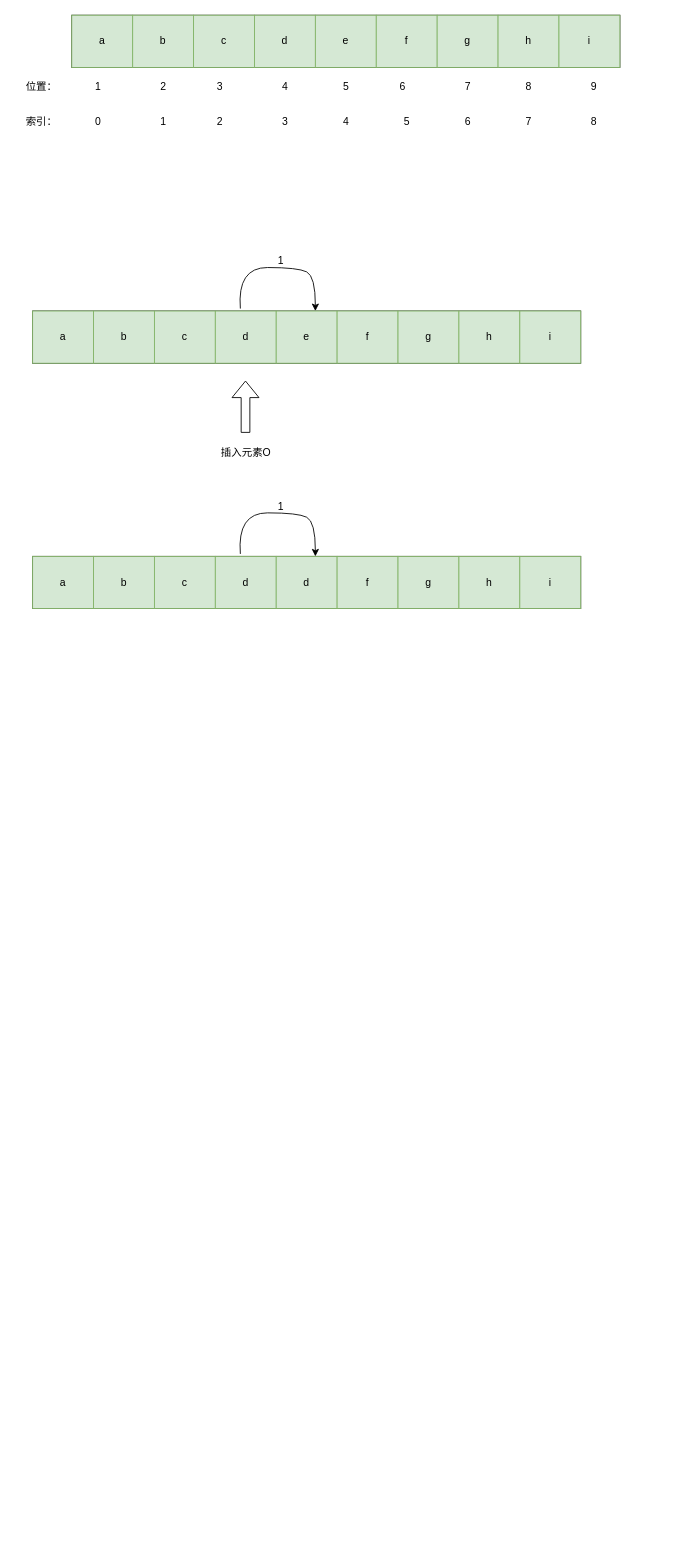
This is list/顺序表.drawio from qianxiaolin/draw.io, a draw.io file, before an edit. Source tidied: cells renumbered, new cells numbered last; positions are measured from the earlier drawing's top-left corner, leaving out a move shared by most shapes. Both pictures are drawn from the tidied source at 87%, with x=0, y=0 at pixel (15, 15).
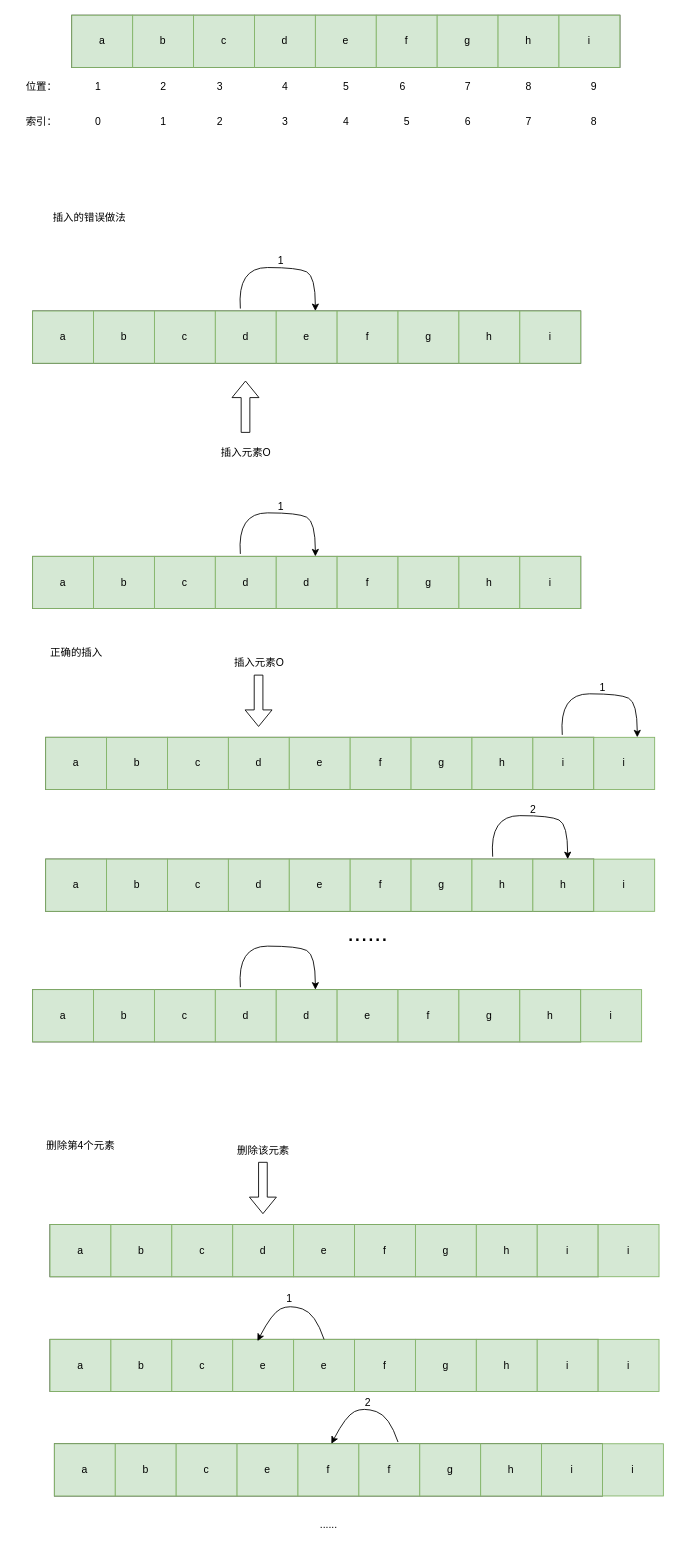
Above is the later version.

Commit message (it also covers changes not shown here):
更新顺序表.drawio

Change to the diagram source:
```diff
@@
+    <mxCell id="58" value="插入的错误做法" style="text;html=1;align=center;verticalAlign=middle;strokeColor=none;fillColor=none;" parent="1" vertex="1">
+      <mxGeometry x="30" y="218" width="110" height="30" as="geometry" />
+    </mxCell>
+    <mxCell id="59" value="&lt;div&gt;正确的插入&lt;/div&gt;&lt;div&gt;&lt;br&gt;&lt;/div&gt;" style="text;html=1;align=center;verticalAlign=middle;strokeColor=none;fillColor=none;" parent="1" vertex="1">
+      <mxGeometry x="30" y="720" width="80" height="40" as="geometry" />
+    </mxCell>
+    <mxCell id="60" style="rounded=0;whiteSpace=wrap;html=1;" parent="1" vertex="1">
+      <mxGeometry x="35" y="830" width="630" height="60" as="geometry" />
+    </mxCell>
+    <mxCell id="61" value="a" style="rounded=0;whiteSpace=wrap;html=1;fillColor=#d5e8d4;strokeColor=#82b366;" parent="1" vertex="1">
+      <mxGeometry x="35" y="830" width="70" height="60" as="geometry" />
+    </mxCell>
+    <mxCell id="62" value="b" style="rounded=0;whiteSpace=wrap;html=1;fillColor=#d5e8d4;strokeColor=#82b366;" parent="1" vertex="1">
+      <mxGeometry x="105" y="830" width="70" height="60" as="geometry" />
+    </mxCell>
+    <mxCell id="63" value="c" style="rounded=0;whiteSpace=wrap;html=1;fillColor=#d5e8d4;strokeColor=#82b366;" parent="1" vertex="1">
+      <mxGeometry x="175" y="830" width="70" height="60" as="geometry" />
+    </mxCell>
+    <mxCell id="64" value="d" style="rounded=0;whiteSpace=wrap;html=1;fillColor=#d5e8d4;strokeColor=#82b366;" parent="1" vertex="1">
+      <mxGeometry x="245" y="830" width="70" height="60" as="geometry" />
+    </mxCell>
+    <mxCell id="65" value="e" style="rounded=0;whiteSpace=wrap;html=1;fillColor=#d5e8d4;strokeColor=#82b366;" parent="1" vertex="1">
+      <mxGeometry x="315" y="830" width="70" height="60" as="geometry" />
+    </mxCell>
+    <mxCell id="66" value="f" style="rounded=0;whiteSpace=wrap;html=1;fillColor=#d5e8d4;strokeColor=#82b366;" parent="1" vertex="1">
+      <mxGeometry x="385" y="830" width="70" height="60" as="geometry" />
+    </mxCell>
+    <mxCell id="67" value="g" style="rounded=0;whiteSpace=wrap;html=1;fillColor=#d5e8d4;strokeColor=#82b366;" parent="1" vertex="1">
+      <mxGeometry x="455" y="830" width="70" height="60" as="geometry" />
+    </mxCell>
+    <mxCell id="68" value="h" style="rounded=0;whiteSpace=wrap;html=1;fillColor=#d5e8d4;strokeColor=#82b366;" parent="1" vertex="1">
+      <mxGeometry x="525" y="830" width="70" height="60" as="geometry" />
+    </mxCell>
+    <mxCell id="69" value="i" style="rounded=0;whiteSpace=wrap;html=1;fillColor=#d5e8d4;strokeColor=#82b366;" parent="1" vertex="1">
+      <mxGeometry x="595" y="830" width="70" height="60" as="geometry" />
+    </mxCell>
+    <mxCell id="70" style="shape=flexArrow;endArrow=classic;html=1;rounded=0;" parent="1" edge="1">
+      <mxGeometry relative="1" as="geometry">
+        <mxPoint x="279.7" y="758" as="sourcePoint" />
+        <mxPoint x="279.7" y="818" as="targetPoint" />
+      </mxGeometry>
+    </mxCell>
+    <mxCell id="71" value="插入元素O" style="text;html=1;align=center;verticalAlign=middle;strokeColor=none;fillColor=none;" parent="1" vertex="1">
+      <mxGeometry x="240" y="730" width="80" height="30" as="geometry" />
+    </mxCell>
+    <mxCell id="72" style="curved=1;endArrow=classic;html=1;rounded=0;entryX=0.557;entryY=-0.038;entryDx=0;entryDy=0;entryPerimeter=0;exitX=0.411;exitY=-0.047;exitDx=0;exitDy=0;exitPerimeter=0;" parent="1" edge="1">
+      <mxGeometry relative="1" as="geometry">
+        <mxPoint x="628.8" y="827.2" as="sourcePoint" />
+        <mxPoint x="715" y="830" as="targetPoint" />
+        <Array as="points">
+          <mxPoint x="625" y="780" />
+          <mxPoint x="695" y="780" />
+          <mxPoint x="715" y="790" />
+        </Array>
+      </mxGeometry>
+    </mxCell>
+    <mxCell id="73" value="i" style="rounded=0;whiteSpace=wrap;html=1;fillColor=#d5e8d4;strokeColor=#82b366;" parent="1" vertex="1">
+      <mxGeometry x="665" y="830" width="70" height="60" as="geometry" />
+    </mxCell>
+    <mxCell id="74" value="1" style="text;html=1;align=center;verticalAlign=middle;strokeColor=none;fillColor=none;" parent="1" vertex="1">
+      <mxGeometry x="660" y="758" width="30" height="30" as="geometry" />
+    </mxCell>
+    <mxCell id="75" style="rounded=0;whiteSpace=wrap;html=1;" parent="1" vertex="1">
+      <mxGeometry x="35" y="970" width="630" height="60" as="geometry" />
+    </mxCell>
+    <mxCell id="76" value="a" style="rounded=0;whiteSpace=wrap;html=1;fillColor=#d5e8d4;strokeColor=#82b366;" parent="1" vertex="1">
+      <mxGeometry x="35" y="970" width="70" height="60" as="geometry" />
+    </mxCell>
+    <mxCell id="77" value="b" style="rounded=0;whiteSpace=wrap;html=1;fillColor=#d5e8d4;strokeColor=#82b366;" parent="1" vertex="1">
+      <mxGeometry x="105" y="970" width="70" height="60" as="geometry" />
+    </mxCell>
+    <mxCell id="78" value="c" style="rounded=0;whiteSpace=wrap;html=1;fillColor=#d5e8d4;strokeColor=#82b366;" parent="1" vertex="1">
+      <mxGeometry x="175" y="970" width="70" height="60" as="geometry" />
+    </mxCell>
+    <mxCell id="79" value="d" style="rounded=0;whiteSpace=wrap;html=1;fillColor=#d5e8d4;strokeColor=#82b366;" parent="1" vertex="1">
+      <mxGeometry x="245" y="970" width="70" height="60" as="geometry" />
+    </mxCell>
+    <mxCell id="80" value="e" style="rounded=0;whiteSpace=wrap;html=1;fillColor=#d5e8d4;strokeColor=#82b366;" parent="1" vertex="1">
+      <mxGeometry x="315" y="970" width="70" height="60" as="geometry" />
+    </mxCell>
+    <mxCell id="81" value="f" style="rounded=0;whiteSpace=wrap;html=1;fillColor=#d5e8d4;strokeColor=#82b366;" parent="1" vertex="1">
+      <mxGeometry x="385" y="970" width="70" height="60" as="geometry" />
+    </mxCell>
+    <mxCell id="82" value="g" style="rounded=0;whiteSpace=wrap;html=1;fillColor=#d5e8d4;strokeColor=#82b366;" parent="1" vertex="1">
+      <mxGeometry x="455" y="970" width="70" height="60" as="geometry" />
+    </mxCell>
+    <mxCell id="83" value="h" style="rounded=0;whiteSpace=wrap;html=1;fillColor=#d5e8d4;strokeColor=#82b366;" parent="1" vertex="1">
+      <mxGeometry x="525" y="970" width="70" height="60" as="geometry" />
+    </mxCell>
+    <mxCell id="84" value="h" style="rounded=0;whiteSpace=wrap;html=1;fillColor=#d5e8d4;strokeColor=#82b366;" parent="1" vertex="1">
+      <mxGeometry x="595" y="970" width="70" height="60" as="geometry" />
+    </mxCell>
+    <mxCell id="85" style="curved=1;endArrow=classic;html=1;rounded=0;entryX=0.557;entryY=-0.038;entryDx=0;entryDy=0;entryPerimeter=0;exitX=0.411;exitY=-0.047;exitDx=0;exitDy=0;exitPerimeter=0;" parent="1" edge="1">
+      <mxGeometry relative="1" as="geometry">
+        <mxPoint x="548.8" y="967.2" as="sourcePoint" />
+        <mxPoint x="635" y="970" as="targetPoint" />
+        <Array as="points">
+          <mxPoint x="545" y="920" />
+          <mxPoint x="615" y="920" />
+          <mxPoint x="635" y="930" />
+        </Array>
+      </mxGeometry>
+    </mxCell>
+    <mxCell id="86" value="i" style="rounded=0;whiteSpace=wrap;html=1;fillColor=#d5e8d4;strokeColor=#82b366;" parent="1" vertex="1">
+      <mxGeometry x="665" y="970" width="70" height="60" as="geometry" />
+    </mxCell>
+    <mxCell id="87" value="2" style="text;html=1;align=center;verticalAlign=middle;strokeColor=none;fillColor=none;" parent="1" vertex="1">
+      <mxGeometry x="580" y="898" width="30" height="30" as="geometry" />
+    </mxCell>
+    <mxCell id="88" style="rounded=0;whiteSpace=wrap;html=1;" parent="1" vertex="1">
+      <mxGeometry x="20" y="1120" width="630" height="60" as="geometry" />
+    </mxCell>
+    <mxCell id="89" value="a" style="rounded=0;whiteSpace=wrap;html=1;fillColor=#d5e8d4;strokeColor=#82b366;" parent="1" vertex="1">
+      <mxGeometry x="20" y="1120" width="70" height="60" as="geometry" />
+    </mxCell>
+    <mxCell id="90" value="b" style="rounded=0;whiteSpace=wrap;html=1;fillColor=#d5e8d4;strokeColor=#82b366;" parent="1" vertex="1">
+      <mxGeometry x="90" y="1120" width="70" height="60" as="geometry" />
+    </mxCell>
+    <mxCell id="91" value="c" style="rounded=0;whiteSpace=wrap;html=1;fillColor=#d5e8d4;strokeColor=#82b366;" parent="1" vertex="1">
+      <mxGeometry x="160" y="1120" width="70" height="60" as="geometry" />
+    </mxCell>
+    <mxCell id="92" value="d" style="rounded=0;whiteSpace=wrap;html=1;fillColor=#d5e8d4;strokeColor=#82b366;" parent="1" vertex="1">
+      <mxGeometry x="230" y="1120" width="70" height="60" as="geometry" />
+    </mxCell>
+    <mxCell id="93" value="d" style="rounded=0;whiteSpace=wrap;html=1;fillColor=#d5e8d4;strokeColor=#82b366;" parent="1" vertex="1">
+      <mxGeometry x="300" y="1120" width="70" height="60" as="geometry" />
+    </mxCell>
+    <mxCell id="94" value="e" style="rounded=0;whiteSpace=wrap;html=1;fillColor=#d5e8d4;strokeColor=#82b366;" parent="1" vertex="1">
+      <mxGeometry x="370" y="1120" width="70" height="60" as="geometry" />
+    </mxCell>
+    <mxCell id="95" value="f" style="rounded=0;whiteSpace=wrap;html=1;fillColor=#d5e8d4;strokeColor=#82b366;" parent="1" vertex="1">
+      <mxGeometry x="440" y="1120" width="70" height="60" as="geometry" />
+    </mxCell>
+    <mxCell id="96" value="g" style="rounded=0;whiteSpace=wrap;html=1;fillColor=#d5e8d4;strokeColor=#82b366;" parent="1" vertex="1">
+      <mxGeometry x="510" y="1120" width="70" height="60" as="geometry" />
+    </mxCell>
+    <mxCell id="97" value="h" style="rounded=0;whiteSpace=wrap;html=1;fillColor=#d5e8d4;strokeColor=#82b366;" parent="1" vertex="1">
+      <mxGeometry x="580" y="1120" width="70" height="60" as="geometry" />
+    </mxCell>
+    <mxCell id="98" style="curved=1;endArrow=classic;html=1;rounded=0;entryX=0.557;entryY=-0.038;entryDx=0;entryDy=0;entryPerimeter=0;exitX=0.411;exitY=-0.047;exitDx=0;exitDy=0;exitPerimeter=0;" parent="1" edge="1">
+      <mxGeometry relative="1" as="geometry">
+        <mxPoint x="258.8" y="1117.2" as="sourcePoint" />
+        <mxPoint x="345" y="1120" as="targetPoint" />
+        <Array as="points">
+          <mxPoint x="255" y="1070" />
+          <mxPoint x="325" y="1070" />
+          <mxPoint x="345" y="1080" />
+        </Array>
+      </mxGeometry>
+    </mxCell>
+    <mxCell id="99" value="i" style="rounded=0;whiteSpace=wrap;html=1;fillColor=#d5e8d4;strokeColor=#82b366;" parent="1" vertex="1">
+      <mxGeometry x="650" y="1120" width="70" height="60" as="geometry" />
+    </mxCell>
+    <mxCell id="100" value="&lt;font style=&quot;font-size: 28px;&quot;&gt;......&lt;/font&gt;" style="text;html=1;align=center;verticalAlign=middle;strokeColor=none;fillColor=none;" parent="1" vertex="1">
+      <mxGeometry x="370" y="1030" width="70" height="50" as="geometry" />
+    </mxCell>
+    <mxCell id="101" value="删除第4个元素" style="text;html=1;align=center;verticalAlign=middle;strokeColor=none;fillColor=none;" parent="1" vertex="1">
+      <mxGeometry x="25" y="1285" width="100" height="30" as="geometry" />
+    </mxCell>
+    <mxCell id="102" style="rounded=0;whiteSpace=wrap;html=1;" parent="1" vertex="1">
+      <mxGeometry x="40" y="1390" width="630" height="60" as="geometry" />
+    </mxCell>
+    <mxCell id="103" value="a" style="rounded=0;whiteSpace=wrap;html=1;fillColor=#d5e8d4;strokeColor=#82b366;" parent="1" vertex="1">
+      <mxGeometry x="40" y="1390" width="70" height="60" as="geometry" />
+    </mxCell>
+    <mxCell id="104" value="b" style="rounded=0;whiteSpace=wrap;html=1;fillColor=#d5e8d4;strokeColor=#82b366;" parent="1" vertex="1">
+      <mxGeometry x="110" y="1390" width="70" height="60" as="geometry" />
+    </mxCell>
+    <mxCell id="105" value="c" style="rounded=0;whiteSpace=wrap;html=1;fillColor=#d5e8d4;strokeColor=#82b366;" parent="1" vertex="1">
+      <mxGeometry x="180" y="1390" width="70" height="60" as="geometry" />
+    </mxCell>
+    <mxCell id="106" value="d" style="rounded=0;whiteSpace=wrap;html=1;fillColor=#d5e8d4;strokeColor=#82b366;" parent="1" vertex="1">
+      <mxGeometry x="250" y="1390" width="70" height="60" as="geometry" />
+    </mxCell>
+    <mxCell id="107" value="e" style="rounded=0;whiteSpace=wrap;html=1;fillColor=#d5e8d4;strokeColor=#82b366;" parent="1" vertex="1">
+      <mxGeometry x="320" y="1390" width="70" height="60" as="geometry" />
+    </mxCell>
+    <mxCell id="108" value="f" style="rounded=0;whiteSpace=wrap;html=1;fillColor=#d5e8d4;strokeColor=#82b366;" parent="1" vertex="1">
+      <mxGeometry x="390" y="1390" width="70" height="60" as="geometry" />
+    </mxCell>
+    <mxCell id="109" value="g" style="rounded=0;whiteSpace=wrap;html=1;fillColor=#d5e8d4;strokeColor=#82b366;" parent="1" vertex="1">
+      <mxGeometry x="460" y="1390" width="70" height="60" as="geometry" />
+    </mxCell>
+    <mxCell id="110" value="h" style="rounded=0;whiteSpace=wrap;html=1;fillColor=#d5e8d4;strokeColor=#82b366;" parent="1" vertex="1">
+      <mxGeometry x="530" y="1390" width="70" height="60" as="geometry" />
+    </mxCell>
+    <mxCell id="111" value="i" style="rounded=0;whiteSpace=wrap;html=1;fillColor=#d5e8d4;strokeColor=#82b366;" parent="1" vertex="1">
+      <mxGeometry x="600" y="1390" width="70" height="60" as="geometry" />
+    </mxCell>
+    <mxCell id="112" style="shape=flexArrow;endArrow=classic;html=1;rounded=0;" parent="1" edge="1">
+      <mxGeometry relative="1" as="geometry">
+        <mxPoint x="284.7" y="1318" as="sourcePoint" />
+        <mxPoint x="284.7" y="1378" as="targetPoint" />
+      </mxGeometry>
+    </mxCell>
+    <mxCell id="113" value="删除该元素" style="text;html=1;align=center;verticalAlign=middle;strokeColor=none;fillColor=none;" parent="1" vertex="1">
+      <mxGeometry x="245" y="1290" width="80" height="30" as="geometry" />
+    </mxCell>
+    <mxCell id="114" value="i" style="rounded=0;whiteSpace=wrap;html=1;fillColor=#d5e8d4;strokeColor=#82b366;" parent="1" vertex="1">
+      <mxGeometry x="670" y="1390" width="70" height="60" as="geometry" />
+    </mxCell>
+    <mxCell id="115" style="rounded=0;whiteSpace=wrap;html=1;" parent="1" vertex="1">
+      <mxGeometry x="40" y="1522" width="630" height="60" as="geometry" />
+    </mxCell>
+    <mxCell id="116" value="a" style="rounded=0;whiteSpace=wrap;html=1;fillColor=#d5e8d4;strokeColor=#82b366;" parent="1" vertex="1">
+      <mxGeometry x="40" y="1522" width="70" height="60" as="geometry" />
+    </mxCell>
+    <mxCell id="117" value="b" style="rounded=0;whiteSpace=wrap;html=1;fillColor=#d5e8d4;strokeColor=#82b366;" parent="1" vertex="1">
+      <mxGeometry x="110" y="1522" width="70" height="60" as="geometry" />
+    </mxCell>
+    <mxCell id="118" value="c" style="rounded=0;whiteSpace=wrap;html=1;fillColor=#d5e8d4;strokeColor=#82b366;" parent="1" vertex="1">
+      <mxGeometry x="180" y="1522" width="70" height="60" as="geometry" />
+    </mxCell>
+    <mxCell id="119" value="e" style="rounded=0;whiteSpace=wrap;html=1;fillColor=#d5e8d4;strokeColor=#82b366;" parent="1" vertex="1">
+      <mxGeometry x="250" y="1522" width="70" height="60" as="geometry" />
+    </mxCell>
+    <mxCell id="120" value="e" style="rounded=0;whiteSpace=wrap;html=1;fillColor=#d5e8d4;strokeColor=#82b366;" parent="1" vertex="1">
+      <mxGeometry x="320" y="1522" width="70" height="60" as="geometry" />
+    </mxCell>
+    <mxCell id="121" value="f" style="rounded=0;whiteSpace=wrap;html=1;fillColor=#d5e8d4;strokeColor=#82b366;" parent="1" vertex="1">
+      <mxGeometry x="390" y="1522" width="70" height="60" as="geometry" />
+    </mxCell>
+    <mxCell id="122" value="g" style="rounded=0;whiteSpace=wrap;html=1;fillColor=#d5e8d4;strokeColor=#82b366;" parent="1" vertex="1">
+      <mxGeometry x="460" y="1522" width="70" height="60" as="geometry" />
+    </mxCell>
+    <mxCell id="123" value="h" style="rounded=0;whiteSpace=wrap;html=1;fillColor=#d5e8d4;strokeColor=#82b366;" parent="1" vertex="1">
+      <mxGeometry x="530" y="1522" width="70" height="60" as="geometry" />
+    </mxCell>
+    <mxCell id="124" value="i" style="rounded=0;whiteSpace=wrap;html=1;fillColor=#d5e8d4;strokeColor=#82b366;" parent="1" vertex="1">
+      <mxGeometry x="600" y="1522" width="70" height="60" as="geometry" />
+    </mxCell>
+    <mxCell id="125" value="i" style="rounded=0;whiteSpace=wrap;html=1;fillColor=#d5e8d4;strokeColor=#82b366;" parent="1" vertex="1">
+      <mxGeometry x="670" y="1522" width="70" height="60" as="geometry" />
+    </mxCell>
+    <mxCell id="126" style="curved=1;endArrow=classic;html=1;rounded=0;entryX=0.406;entryY=0.033;entryDx=0;entryDy=0;entryPerimeter=0;" parent="1" edge="1" target="119">
+      <mxGeometry relative="1" as="geometry">
+        <mxPoint x="355" y="1522" as="sourcePoint" />
+        <Array as="points">
+          <mxPoint x="345" y="1492" />
+          <mxPoint x="315" y="1482" />
+          <mxPoint x="295" y="1492" />
+        </Array>
+      </mxGeometry>
+    </mxCell>
+    <mxCell id="127" style="rounded=0;whiteSpace=wrap;html=1;" parent="1" vertex="1">
+      <mxGeometry x="45" y="1642" width="630" height="60" as="geometry" />
+    </mxCell>
+    <mxCell id="128" value="a" style="rounded=0;whiteSpace=wrap;html=1;fillColor=#d5e8d4;strokeColor=#82b366;" parent="1" vertex="1">
+      <mxGeometry x="45" y="1642" width="70" height="60" as="geometry" />
+    </mxCell>
+    <mxCell id="129" value="b" style="rounded=0;whiteSpace=wrap;html=1;fillColor=#d5e8d4;strokeColor=#82b366;" parent="1" vertex="1">
+      <mxGeometry x="115" y="1642" width="70" height="60" as="geometry" />
+    </mxCell>
+    <mxCell id="130" value="c" style="rounded=0;whiteSpace=wrap;html=1;fillColor=#d5e8d4;strokeColor=#82b366;" parent="1" vertex="1">
+      <mxGeometry x="185" y="1642" width="70" height="60" as="geometry" />
+    </mxCell>
+    <mxCell id="131" value="e" style="rounded=0;whiteSpace=wrap;html=1;fillColor=#d5e8d4;strokeColor=#82b366;" parent="1" vertex="1">
+      <mxGeometry x="255" y="1642" width="70" height="60" as="geometry" />
+    </mxCell>
+    <mxCell id="132" value="f" style="rounded=0;whiteSpace=wrap;html=1;fillColor=#d5e8d4;strokeColor=#82b366;" parent="1" vertex="1">
+      <mxGeometry x="325" y="1642" width="70" height="60" as="geometry" />
+    </mxCell>
+    <mxCell id="133" value="f" style="rounded=0;whiteSpace=wrap;html=1;fillColor=#d5e8d4;strokeColor=#82b366;" parent="1" vertex="1">
+      <mxGeometry x="395" y="1642" width="70" height="60" as="geometry" />
+    </mxCell>
+    <mxCell id="134" value="g" style="rounded=0;whiteSpace=wrap;html=1;fillColor=#d5e8d4;strokeColor=#82b366;" parent="1" vertex="1">
+      <mxGeometry x="465" y="1642" width="70" height="60" as="geometry" />
+    </mxCell>
+    <mxCell id="135" value="h" style="rounded=0;whiteSpace=wrap;html=1;fillColor=#d5e8d4;strokeColor=#82b366;" parent="1" vertex="1">
+      <mxGeometry x="535" y="1642" width="70" height="60" as="geometry" />
+    </mxCell>
+    <mxCell id="136" value="i" style="rounded=0;whiteSpace=wrap;html=1;fillColor=#d5e8d4;strokeColor=#82b366;" parent="1" vertex="1">
+      <mxGeometry x="605" y="1642" width="70" height="60" as="geometry" />
+    </mxCell>
+    <mxCell id="137" value="i" style="rounded=0;whiteSpace=wrap;html=1;fillColor=#d5e8d4;strokeColor=#82b366;" parent="1" vertex="1">
+      <mxGeometry x="675" y="1642" width="70" height="60" as="geometry" />
+    </mxCell>
+    <mxCell id="138" style="curved=1;endArrow=classic;html=1;rounded=0;entryX=0.406;entryY=0.033;entryDx=0;entryDy=0;entryPerimeter=0;" parent="1" edge="1">
+      <mxGeometry relative="1" as="geometry">
+        <mxPoint x="440" y="1640" as="sourcePoint" />
+        <mxPoint x="363.4" y="1642" as="targetPoint" />
+        <Array as="points">
+          <mxPoint x="430" y="1610" />
+          <mxPoint x="400" y="1600" />
+          <mxPoint x="380" y="1610" />
+        </Array>
+      </mxGeometry>
+    </mxCell>
+    <mxCell id="139" value="1" style="text;html=1;align=center;verticalAlign=middle;strokeColor=none;fillColor=none;" parent="1" vertex="1">
+      <mxGeometry x="300" y="1460" width="30" height="30" as="geometry" />
+    </mxCell>
+    <mxCell id="140" value="2" style="text;html=1;align=center;verticalAlign=middle;strokeColor=none;fillColor=none;" parent="1" vertex="1">
+      <mxGeometry x="390" y="1580" width="30" height="30" as="geometry" />
+    </mxCell>
+    <mxCell id="141" value="......" style="text;html=1;align=center;verticalAlign=middle;strokeColor=none;fillColor=none;" parent="1" vertex="1">
+      <mxGeometry x="340" y="1720" width="40" height="30" as="geometry" />
+    </mxCell>
```
